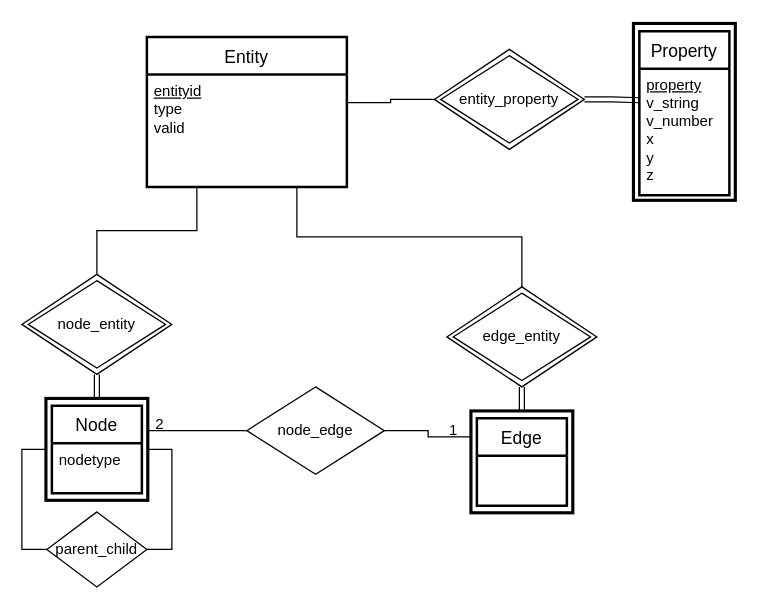
The draw.io diagram diagrams/database.drawio in mapper1024/mapper1024, before the edit. Source tidied: cells renumbered, new cells numbered last; positions are measured from the earlier drawing's top-left corner, leaving out a move shared by most shapes. Both pictures are drawn from the tidied source at 125%, with x=0, y=0 at pixel (21, 24).
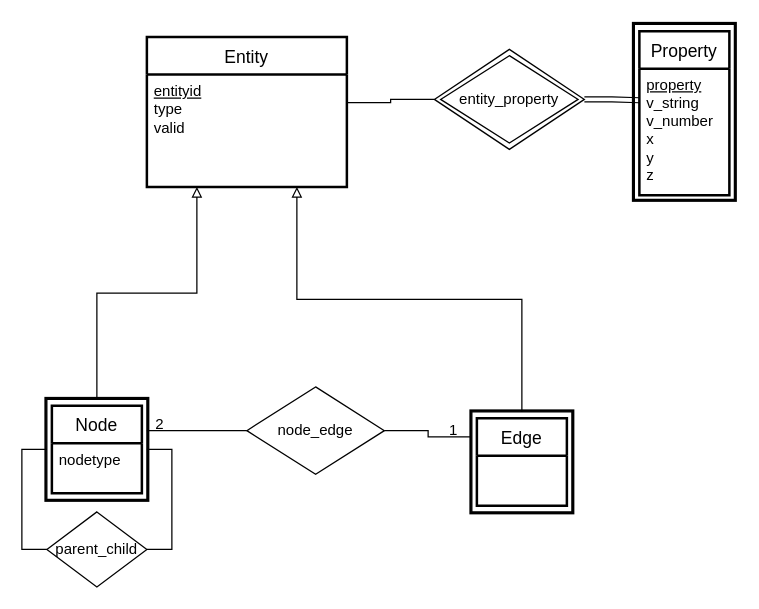
Above is the later version.

Commit message (it also covers changes not shown here):
Better database inheiritance diagram

The change refers to these unchanged cells:
```xml
<mxCell id="3" value="&lt;u&gt;entityid&lt;/u&gt;&lt;br&gt;type&lt;br&gt;valid" style="align=left;strokeColor=none;fillColor=none;spacingLeft=4;fontSize=12;verticalAlign=top;html=1;" parent="2" vertex="1">
  <mxGeometry y="30" width="160" height="90" as="geometry" />
</mxCell>
<mxCell id="5" style="rounded=0;whiteSpace=wrap;html=1;" parent="4" vertex="1">
  <mxGeometry width="80" height="80" as="geometry" />
</mxCell>
<mxCell id="30" style="rounded=0;whiteSpace=wrap;html=1;" parent="29" vertex="1">
  <mxGeometry width="80" height="80" as="geometry" />
</mxCell>
```

Change to the diagram source:
```diff
@@
-    <mxCell id="11" style="group;" parent="1" vertex="1">
-      <mxGeometry y="200" width="120" height="80" as="geometry" />
-    </mxCell>
-    <mxCell id="12" style="rhombus;whiteSpace=wrap;html=1;strokeColor=default;strokeWidth=1;" parent="11" vertex="1">
-      <mxGeometry width="120" height="80" as="geometry" />
-    </mxCell>
-    <mxCell id="13" value="node_entity" style="rhombus;whiteSpace=wrap;html=1;strokeColor=default;strokeWidth=1;" parent="11" vertex="1">
-      <mxGeometry x="5" y="5" width="110" height="70" as="geometry" />
-    </mxCell>
-    <mxCell id="14" style="edgeStyle=orthogonalEdgeStyle;rounded=0;jettySize=auto;html=1;exitX=0.5;exitY=1;exitDx=0;exitDy=0;endArrow=none;endFill=0;shape=link;" parent="1" edge="1" source="12">
-      <mxGeometry relative="1" as="geometry">
-        <mxPoint x="60" y="300" as="targetPoint" />
-      </mxGeometry>
-    </mxCell>
-    <mxCell id="15" style="edgeStyle=orthogonalEdgeStyle;rounded=0;jettySize=auto;html=1;exitX=0.5;exitY=0;exitDx=0;exitDy=0;entryX=0.5;entryY=1;entryDx=0;entryDy=0;endArrow=none;endFill=0;" parent="1" edge="1" source="12" target="3">
-      <mxGeometry relative="1" as="geometry">
-        <Array as="points">
-          <mxPoint x="60" y="165" />
-          <mxPoint x="140" y="165" />
-          <mxPoint x="140" y="130" />
-        </Array>
-      </mxGeometry>
-    </mxCell>
@@
-    <mxCell id="32" style="group;" parent="1" vertex="1">
-      <mxGeometry x="340" y="210" width="120" height="80" as="geometry" />
-    </mxCell>
-    <mxCell id="33" style="rhombus;whiteSpace=wrap;html=1;strokeColor=default;strokeWidth=1;" parent="32" vertex="1">
-      <mxGeometry width="120" height="80" as="geometry" />
-    </mxCell>
-    <mxCell id="34" value="edge_entity" style="rhombus;whiteSpace=wrap;html=1;strokeColor=default;strokeWidth=1;" parent="32" vertex="1">
-      <mxGeometry x="5" y="5" width="110" height="70" as="geometry" />
-    </mxCell>
-    <mxCell id="35" style="edgeStyle=orthogonalEdgeStyle;rounded=0;jettySize=auto;html=1;exitX=0.5;exitY=1;exitDx=0;exitDy=0;endArrow=none;endFill=0;shape=link;" parent="1" edge="1" source="33">
-      <mxGeometry relative="1" as="geometry">
-        <mxPoint x="400" y="310" as="targetPoint" />
-      </mxGeometry>
-    </mxCell>
-    <mxCell id="36" style="edgeStyle=orthogonalEdgeStyle;rounded=0;jettySize=auto;html=1;exitX=0.5;exitY=0;exitDx=0;exitDy=0;entryX=0.75;entryY=1;entryDx=0;entryDy=0;endArrow=none;endFill=0;" parent="1" edge="1" source="33" target="3">
-      <mxGeometry relative="1" as="geometry" />
-    </mxCell>
@@
+    <mxCell id="38" style="edgeStyle=orthogonalEdgeStyle;rounded=0;jettySize=auto;html=1;exitX=0.5;exitY=0;exitDx=0;exitDy=0;entryX=0.25;entryY=1;entryDx=0;entryDy=0;endArrow=block;endFill=0;" parent="1" edge="1" source="5" target="3">
+      <mxGeometry relative="1" as="geometry" />
+    </mxCell>
+    <mxCell id="39" style="edgeStyle=orthogonalEdgeStyle;rounded=0;jettySize=auto;html=1;exitX=0.5;exitY=0;exitDx=0;exitDy=0;entryX=0.75;entryY=1;entryDx=0;entryDy=0;endArrow=block;endFill=0;" parent="1" edge="1" source="30" target="3">
+      <mxGeometry relative="1" as="geometry" />
+    </mxCell>
```
